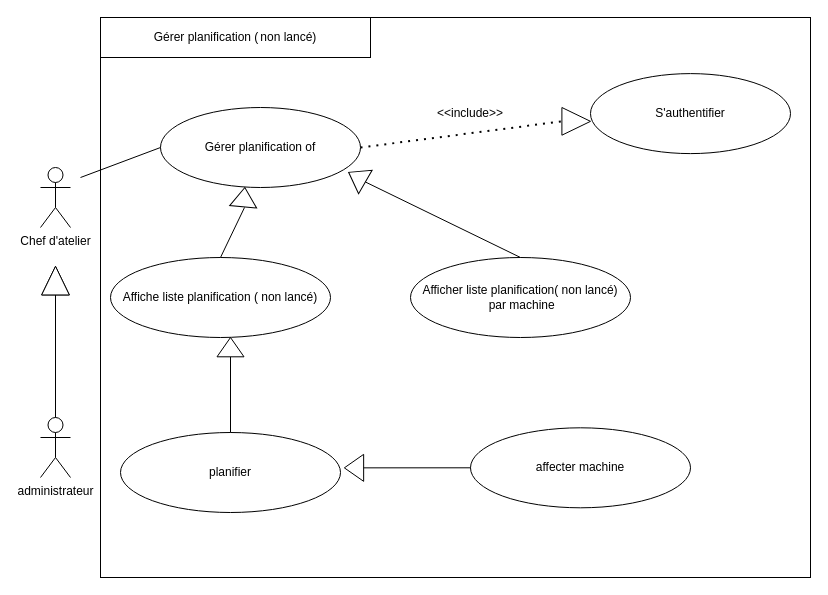
The draw.io diagram GérerPlanificationParMachine.drawio in AbdelazizBs/GPAO-SpringApp, before the edit. Source tidied: cells renumbered, new cells numbered last; positions are measured from the earlier drawing's top-left corner, leaving out a move shared by most shapes. Both pictures are drawn from the tidied source at 100%, with x=0, y=0 at pixel (40, 17).
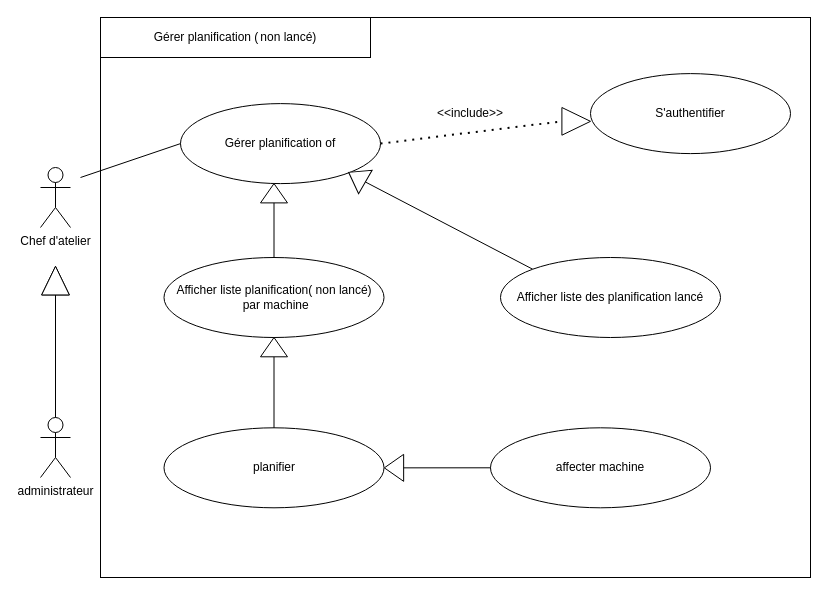
The same diagram, later.

Commit message:
Mettre à jour GérerPlanificationParMachine.drawio

The change refers to these unchanged cells:
```xml
<mxCell id="20" style="triangle;whiteSpace=wrap;html=1;rotation=120;direction=south;" parent="1" vertex="1">
  <mxGeometry x="303" y="150" width="27" height="19.3" as="geometry" />
</mxCell>
```

The edit, as a diff of the source:
```diff
@@
     <mxCell id="5" value="Gérer planification of" style="ellipse;whiteSpace=wrap;html=1;" parent="1" vertex="1">
-      <mxGeometry x="120" y="90" width="200" height="80" as="geometry" />
+      <mxGeometry x="140" y="86.1" width="200" height="80" as="geometry" />
     </mxCell>
@@
-    <mxCell id="8" value="Affiche liste planification (&#9;non lancé)" style="ellipse;whiteSpace=wrap;html=1;" parent="1" vertex="1">
-      <mxGeometry x="70" y="240" width="220" height="80" as="geometry" />
-    </mxCell>
@@
-    <mxCell id="12" style="triangle;whiteSpace=wrap;html=1;rotation=-175;direction=south;" parent="1" vertex="1">
-      <mxGeometry x="190" y="170" width="27" height="19.3" as="geometry" />
+    <mxCell id="12" style="triangle;whiteSpace=wrap;html=1;rotation=-180;direction=south;" parent="1" vertex="1">
+      <mxGeometry x="220" y="166.1" width="27" height="19.3" as="geometry" />
     </mxCell>
-    <mxCell id="13" style="endArrow=none;html=1;rounded=0;exitX=0.5;exitY=0;exitDx=0;exitDy=0;" parent="1" edge="1" source="8">
-      <mxGeometry relative="1" as="geometry">
-        <mxPoint x="204" y="190" as="targetPoint" />
-      </mxGeometry>
+    <mxCell id="13" style="endArrow=none;html=1;rounded=0;exitX=0.5;exitY=0;exitDx=0;exitDy=0;entryX=0;entryY=0.5;entryDx=0;entryDy=0;" parent="1" edge="1" source="19" target="12">
+      <mxGeometry relative="1" as="geometry" />
     </mxCell>
@@
     <mxCell id="18" value="planifier" style="ellipse;whiteSpace=wrap;html=1;" parent="1" vertex="1">
-      <mxGeometry x="80" y="415" width="220" height="80" as="geometry" />
+      <mxGeometry x="123.5" y="410.3" width="220" height="80" as="geometry" />
     </mxCell>
     <mxCell id="19" value="Afficher liste planification(&#9;non lancé)&lt;br&gt;&amp;nbsp;par machine" style="ellipse;whiteSpace=wrap;html=1;" parent="1" vertex="1">
-      <mxGeometry x="370" y="240" width="220" height="80" as="geometry" />
+      <mxGeometry x="123.5" y="240" width="220" height="80" as="geometry" />
     </mxCell>
@@
-    <mxCell id="21" style="endArrow=none;html=1;rounded=0;exitX=0.5;exitY=0;exitDx=0;exitDy=0;entryX=0;entryY=0.5;entryDx=0;entryDy=0;" parent="1" edge="1" source="19" target="20">
+    <mxCell id="21" style="endArrow=none;html=1;rounded=0;exitX=0;exitY=0;exitDx=0;exitDy=0;entryX=0;entryY=0.5;entryDx=0;entryDy=0;" parent="1" edge="1" source="27" target="20">
       <mxGeometry relative="1" as="geometry" />
     </mxCell>
     <mxCell id="22" value="affecter machine" style="ellipse;whiteSpace=wrap;html=1;" parent="1" vertex="1">
-      <mxGeometry x="430" y="410.3" width="220" height="80" as="geometry" />
+      <mxGeometry x="450" y="410.3" width="220" height="80" as="geometry" />
     </mxCell>
@@
     <mxCell id="24" style="triangle;whiteSpace=wrap;html=1;rotation=-180;direction=south;" parent="1" vertex="1">
-      <mxGeometry x="176.5" y="320" width="27" height="19.3" as="geometry" />
+      <mxGeometry x="220" y="320" width="27" height="19.3" as="geometry" />
     </mxCell>
     <mxCell id="25" style="triangle;whiteSpace=wrap;html=1;rotation=90;direction=south;" parent="1" vertex="1">
-      <mxGeometry x="300" y="440.7" width="27" height="19.3" as="geometry" />
+      <mxGeometry x="340" y="440.7" width="27" height="19.3" as="geometry" />
     </mxCell>
@@
+    <mxCell id="27" value="Afficher liste des planification lancé" style="ellipse;whiteSpace=wrap;html=1;" parent="1" vertex="1">
+      <mxGeometry x="460" y="240" width="220" height="80" as="geometry" />
+    </mxCell>
```
